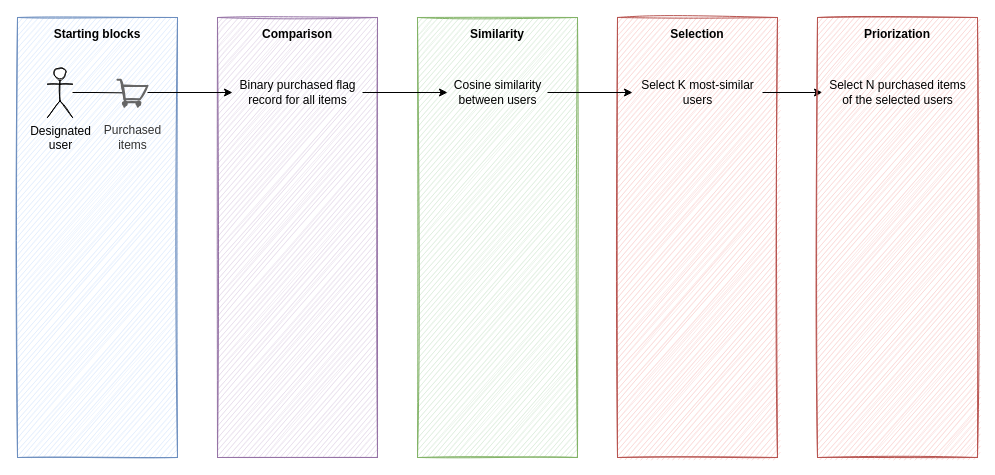
Earlier version of the draw.io diagram planning_sketches.drawio (matthew-balogh/recommendation-systems-project). Source tidied: cells renumbered, new cells numbered last; positions are measured from the earlier drawing's top-left corner, leaving out a move shared by most shapes. Both pictures are drawn from the tidied source at 100%, with x=0, y=0 at pixel (17, 17).
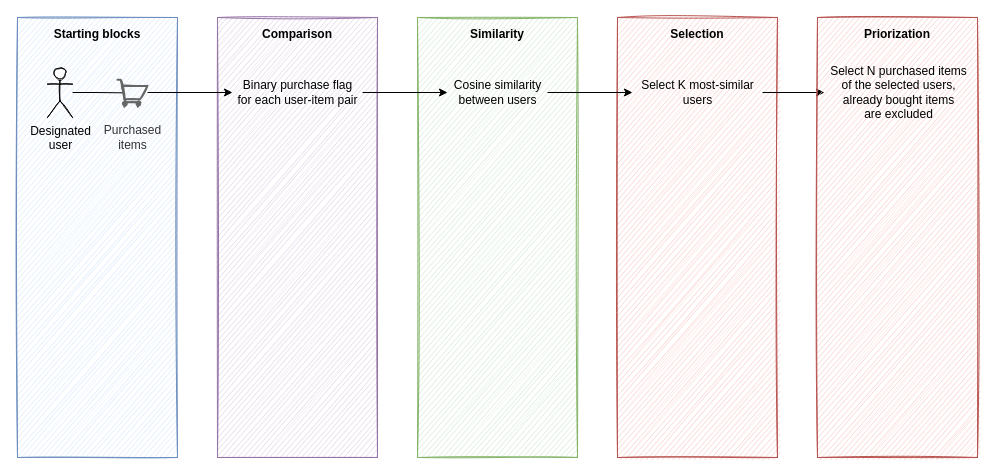
Above is the later version.

The edit, as a diff of the source:
```diff
@@
 <mxGraphModel>
   <root>
     <mxCell id="0" />
     <mxCell id="1" parent="0" />
     <mxCell id="2" value="Selection" style="rounded=0;whiteSpace=wrap;html=1;verticalAlign=top;align=center;spacing=5;fillColor=#f8cecc;strokeColor=#b85450;glass=0;shadow=0;sketch=1;fontStyle=1;" parent="1" vertex="1">
       <mxGeometry x="600" width="160" height="440" as="geometry" />
     </mxCell>
     <mxCell id="3" value="Similarity" style="rounded=0;whiteSpace=wrap;html=1;verticalAlign=top;align=center;spacing=5;fillColor=#d5e8d4;strokeColor=#82b366;glass=0;shadow=0;sketch=1;fontStyle=1;" parent="1" vertex="1">
       <mxGeometry x="400" width="160" height="440" as="geometry" />
     </mxCell>
     <mxCell id="4" value="Comparison" style="rounded=0;whiteSpace=wrap;html=1;verticalAlign=top;align=center;spacing=5;fillColor=#e1d5e7;strokeColor=#9673a6;glass=0;shadow=0;sketch=1;fontStyle=1;" parent="1" vertex="1">
       <mxGeometry x="200" width="160" height="440" as="geometry" />
     </mxCell>
     <mxCell id="5" value="Starting blocks" style="rounded=0;whiteSpace=wrap;html=1;verticalAlign=top;align=center;spacing=5;fillColor=#dae8fc;strokeColor=#6c8ebf;glass=0;shadow=0;sketch=1;fontStyle=1;" parent="1" vertex="1">
       <mxGeometry width="160" height="440" as="geometry" />
     </mxCell>
     <mxCell id="6" style="edgeStyle=orthogonalEdgeStyle;rounded=0;jettySize=auto;html=1;entryX=0.189;entryY=0.515;entryDx=0;entryDy=0;entryPerimeter=0;endArrow=none;endFill=0;" parent="1" edge="1" source="7" target="17">
       <mxGeometry relative="1" as="geometry" />
     </mxCell>
     <mxCell id="7" value="Designated&lt;br&gt;user" style="shape=umlActor;verticalLabelPosition=bottom;verticalAlign=top;html=1;outlineConnect=0;rounded=0;shadow=0;glass=0;sketch=1;" parent="1" vertex="1">
       <mxGeometry x="30" y="50" width="25" height="50" as="geometry" />
     </mxCell>
     <mxCell id="8" style="edgeStyle=orthogonalEdgeStyle;rounded=0;jettySize=auto;html=1;" parent="1" edge="1" source="9" target="11">
       <mxGeometry relative="1" as="geometry" />
     </mxCell>
-    <mxCell id="9" value="Binary purchased flag&lt;br&gt;record for all items" style="text;html=1;align=center;verticalAlign=middle;points=[];strokeColor=none;fillColor=none;" parent="1" vertex="1">
-      <mxGeometry x="215" y="60" width="130" height="30" as="geometry" />
+    <mxCell id="9" value="Binary purchase flag&lt;br&gt;for each user-item pair" style="text;html=1;align=center;verticalAlign=middle;points=[];strokeColor=none;fillColor=none;" parent="1" vertex="1">
+      <mxGeometry x="215" y="59" width="130" height="32" as="geometry" />
     </mxCell>
     <mxCell id="10" style="edgeStyle=orthogonalEdgeStyle;rounded=0;jettySize=auto;html=1;" parent="1" edge="1" source="11" target="13">
       <mxGeometry relative="1" as="geometry" />
     </mxCell>
     <mxCell id="11" value="Cosine similarity&lt;br&gt;between users" style="text;html=1;align=center;verticalAlign=middle;points=[];strokeColor=none;fillColor=none;" parent="1" vertex="1">
       <mxGeometry x="430" y="60" width="100" height="30" as="geometry" />
     </mxCell>
     <mxCell id="12" style="edgeStyle=orthogonalEdgeStyle;rounded=0;jettySize=auto;html=1;" parent="1" edge="1" source="13" target="15">
       <mxGeometry relative="1" as="geometry" />
     </mxCell>
     <mxCell id="13" value="Select K most-similar&lt;br&gt;users" style="text;html=1;align=center;verticalAlign=middle;points=[];strokeColor=none;fillColor=none;" parent="1" vertex="1">
       <mxGeometry x="615" y="60" width="130" height="30" as="geometry" />
     </mxCell>
     <mxCell id="14" value="Priorization" style="rounded=0;whiteSpace=wrap;html=1;verticalAlign=top;align=center;spacing=5;fillColor=#f8cecc;strokeColor=#b85450;glass=0;shadow=0;sketch=1;fontStyle=1;" parent="1" vertex="1">
       <mxGeometry x="800" width="160" height="440" as="geometry" />
     </mxCell>
-    <mxCell id="15" value="Select N purchased items&lt;br&gt;of the selected users" style="text;html=1;align=center;verticalAlign=middle;points=[];strokeColor=none;fillColor=none;" parent="1" vertex="1">
-      <mxGeometry x="805" y="60" width="150" height="30" as="geometry" />
+    <mxCell id="15" value="Select N purchased items&lt;br&gt;of the selected users,&lt;br&gt;already bought items&lt;br&gt;are excluded" style="text;html=1;align=center;verticalAlign=middle;points=[];strokeColor=none;fillColor=none;" parent="1" vertex="1">
+      <mxGeometry x="807" y="45" width="147" height="60" as="geometry" />
     </mxCell>
     <mxCell id="16" style="edgeStyle=orthogonalEdgeStyle;rounded=0;jettySize=auto;html=1;endArrow=classic;endFill=1;" parent="1" edge="1" source="17" target="9">
       <mxGeometry relative="1" as="geometry" />
     </mxCell>
     <mxCell id="17" value="&lt;br&gt;Purchased&lt;br&gt;items" style="html=1;verticalLabelPosition=bottom;align=center;labelBackgroundColor=none;verticalAlign=top;strokeWidth=2;strokeColor=#666666;shadow=0;dashed=0;shape=mxgraph.ios7.icons.shopping_cart;rounded=0;glass=0;sketch=1;fillColor=#f5f5f5;fontColor=#333333;spacing=-1;" parent="1" vertex="1">
       <mxGeometry x="100" y="62.2" width="30" height="25.5" as="geometry" />
     </mxCell>
   </root>
 </mxGraphModel>
```
